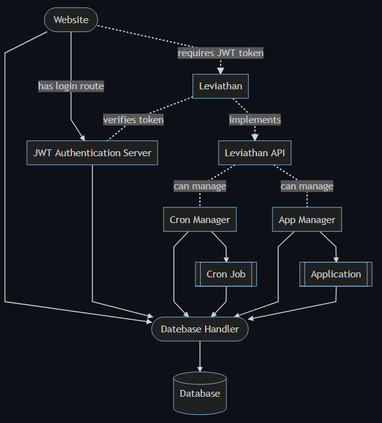
olivernybo/leviathan keeps this Mermaid diagram as diagrams/domain.png. Above is the earlier version. Its source is kept beside it as diagrams/domain.mmd.
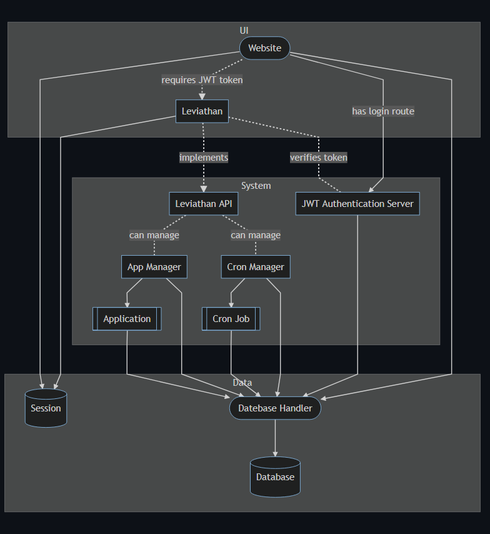
After the commit.

Commit message:
domain now includes session db and groups

What changed in the source:
```diff
@@ -1,14 +1,23 @@
 graph TD
+	subgraph data [Data]
 	db[(Database)]
+	session[(Session)]
 	dbh([Datebase Handler])
+	end
+
+	subgraph ui [UI]
 	web([Website])
+	leviathan[Leviathan]
+	end
+
+	subgraph system [System]
 	jwt[JWT Authentication Server]
-	leviathan[Leviathan]
 	api[Leviathan API]
 	cronmanager[Cron Manager]
 	cronjob[[Cron Job]]
 	appmanager[App Manager]
 	app[[Application]]
+	end
 
 	web-->dbh
 	web-.->|requires JWT token|leviathan
@@ -24,4 +33,6 @@
 	appmanager-->dbh
 	appmanager-->app
 	app-->dbh
+	leviathan---->session
+	web-->session
 	dbh-->db
```
